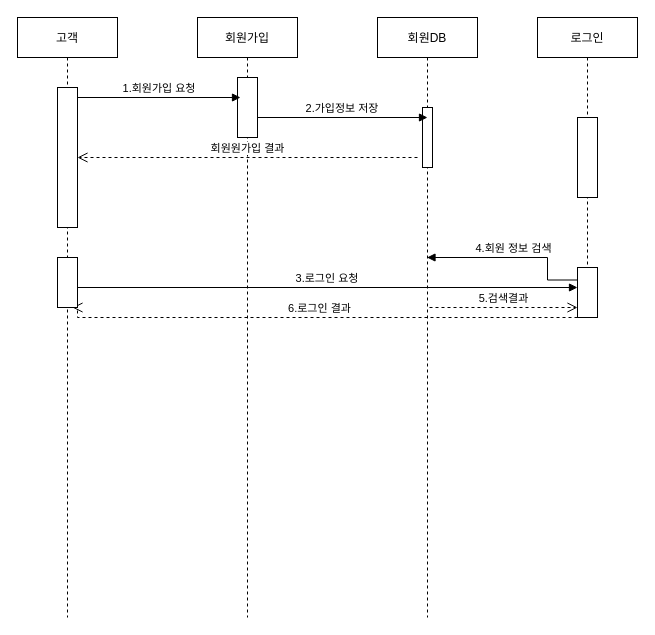
kyc3550/sharepofol-community keeps this draw.io diagram as Untitled Diagram.drawio. Above is the earlier version. Source tidied: cells renumbered, new cells numbered last; positions are measured from the earlier drawing's top-left corner, leaving out a move shared by most shapes. Both pictures are drawn from the tidied source at 100%, with x=0, y=0 at pixel (17, 17).
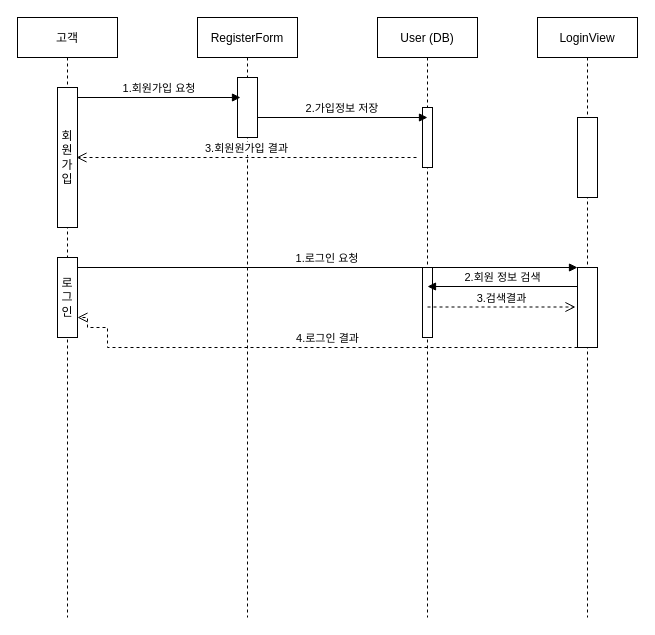
The same page after the edit.

Unchanged cells that the change refers to:
```xml
<mxCell id="2" value="고객" style="shape=umlLifeline;perimeter=lifelinePerimeter;rounded=0;shadow=0;strokeWidth=1;" parent="1" vertex="1">
  <mxGeometry width="100" height="600" as="geometry" />
</mxCell>
```

The edit, as a diff of the source:
```diff
@@
-    <mxCell id="3" style="rounded=0;whiteSpace=wrap;html=1;" parent="2" vertex="1">
+    <mxCell id="3" value="회원가입" style="rounded=0;whiteSpace=wrap;html=1;" parent="2" vertex="1">
       <mxGeometry x="40" y="70" width="20" height="140" as="geometry" />
     </mxCell>
-    <mxCell id="4" value="회원가입" style="shape=umlLifeline;perimeter=lifelinePerimeter;rounded=0;shadow=0;strokeWidth=1;" parent="1" vertex="1">
+    <mxCell id="4" value="RegisterForm" style="shape=umlLifeline;perimeter=lifelinePerimeter;rounded=0;shadow=0;strokeWidth=1;" parent="1" vertex="1">
       <mxGeometry x="180" width="100" height="600" as="geometry" />
     </mxCell>
@@
-    <mxCell id="6" value="3.로그인 요청" style="verticalAlign=bottom;endArrow=block;shadow=0;strokeWidth=1;" parent="4" edge="1">
-      <mxGeometry relative="1" as="geometry">
-        <mxPoint x="-120" y="270" as="sourcePoint" />
-        <mxPoint x="380" y="270" as="targetPoint" />
-      </mxGeometry>
-    </mxCell>
@@
-    <mxCell id="8" value="회원DB" style="shape=umlLifeline;perimeter=lifelinePerimeter;rounded=0;shadow=0;strokeWidth=1;" parent="1" vertex="1">
+    <mxCell id="8" value="User (DB)" style="shape=umlLifeline;perimeter=lifelinePerimeter;rounded=0;shadow=0;strokeWidth=1;" parent="1" vertex="1">
       <mxGeometry x="360" width="100" height="600" as="geometry" />
     </mxCell>
@@
+    <mxCell id="20" style="html=1;perimeter=orthogonalPerimeter;" parent="8" vertex="1">
+      <mxGeometry x="45" y="250" width="10" height="70" as="geometry" />
+    </mxCell>
@@
-    <mxCell id="11" value="로그인" style="shape=umlLifeline;perimeter=lifelinePerimeter;rounded=0;shadow=0;strokeWidth=1;" parent="1" vertex="1">
-      <mxGeometry x="520" width="100" height="300" as="geometry" />
+    <mxCell id="11" value="LoginView" style="shape=umlLifeline;perimeter=lifelinePerimeter;rounded=0;shadow=0;strokeWidth=1;" parent="1" vertex="1">
+      <mxGeometry x="520" width="100" height="600" as="geometry" />
     </mxCell>
@@
     <mxCell id="13" style="rounded=0;whiteSpace=wrap;html=1;" parent="11" vertex="1">
-      <mxGeometry x="40" y="250" width="20" height="50" as="geometry" />
+      <mxGeometry x="40" y="250" width="20" height="80" as="geometry" />
     </mxCell>
-    <mxCell id="14" value="4.회원 정보 검색" style="html=1;verticalAlign=bottom;endArrow=block;rounded=0;edgeStyle=orthogonalEdgeStyle;exitX=0;exitY=0.25;exitDx=0;exitDy=0;" parent="1" edge="1" source="13" target="8">
+    <mxCell id="14" value="2.회원 정보 검색" style="html=1;verticalAlign=bottom;endArrow=block;rounded=0;edgeStyle=orthogonalEdgeStyle;" parent="1" edge="1">
       <mxGeometry relative="1" as="geometry">
+        <mxPoint x="560" y="269" as="sourcePoint" />
+        <mxPoint x="410" y="269" as="targetPoint" />
         <Array as="points">
-          <mxPoint x="530" y="263" />
-          <mxPoint x="530" y="240" />
+          <mxPoint x="560" y="269" />
         </Array>
       </mxGeometry>
     </mxCell>
-    <mxCell id="15" value="5.검색결과" style="html=1;verticalAlign=bottom;endArrow=open;dashed=1;endSize=8;rounded=0;edgeStyle=orthogonalEdgeStyle;" parent="1" edge="1">
+    <mxCell id="15" value="3.검색결과" style="html=1;verticalAlign=bottom;endArrow=open;dashed=1;endSize=8;rounded=0;edgeStyle=orthogonalEdgeStyle;" parent="1" edge="1">
       <mxGeometry relative="1" as="geometry">
-        <mxPoint x="412" y="290" as="sourcePoint" />
-        <mxPoint x="560" y="290" as="targetPoint" />
+        <mxPoint x="410" y="289.5" as="sourcePoint" />
+        <mxPoint x="558" y="289.5" as="targetPoint" />
         <Array as="points">
-          <mxPoint x="412" y="290" />
+          <mxPoint x="410" y="289.5" />
         </Array>
       </mxGeometry>
     </mxCell>
-    <mxCell id="16" value="6.로그인 결과" style="html=1;verticalAlign=bottom;endArrow=open;dashed=1;endSize=8;rounded=0;edgeStyle=orthogonalEdgeStyle;entryX=0.75;entryY=1;entryDx=0;entryDy=0;" parent="1" edge="1" target="18">
+    <mxCell id="16" value="4.로그인 결과" style="html=1;verticalAlign=bottom;endArrow=open;dashed=1;endSize=8;rounded=0;edgeStyle=orthogonalEdgeStyle;entryX=1;entryY=0.75;entryDx=0;entryDy=0;" parent="1" edge="1" target="18">
       <mxGeometry relative="1" as="geometry">
         <mxPoint x="560" y="300" as="sourcePoint" />
         <Array as="points">
-          <mxPoint x="60" y="300" />
-          <mxPoint x="60" y="290" />
+          <mxPoint x="560" y="330" />
+          <mxPoint x="90" y="330" />
+          <mxPoint x="90" y="310" />
+          <mxPoint x="70" y="310" />
+          <mxPoint x="70" y="300" />
         </Array>
       </mxGeometry>
     </mxCell>
@@
-    <mxCell id="18" style="rounded=0;whiteSpace=wrap;html=1;" parent="1" vertex="1">
-      <mxGeometry x="40" y="240" width="20" height="50" as="geometry" />
+    <mxCell id="18" value="로그인" style="rounded=0;whiteSpace=wrap;html=1;" parent="1" vertex="1">
+      <mxGeometry x="40" y="240" width="20" height="80" as="geometry" />
     </mxCell>
-    <mxCell id="19" value="회원원가입 결과" style="html=1;verticalAlign=bottom;endArrow=open;dashed=1;endSize=8;rounded=0;edgeStyle=orthogonalEdgeStyle;" parent="1" edge="1">
+    <mxCell id="19" value="3.회원원가입 결과" style="html=1;verticalAlign=bottom;endArrow=open;dashed=1;endSize=8;rounded=0;edgeStyle=orthogonalEdgeStyle;" parent="1" edge="1">
       <mxGeometry relative="1" as="geometry">
-        <mxPoint x="400" y="140" as="sourcePoint" />
-        <mxPoint x="60" y="140" as="targetPoint" />
+        <mxPoint x="399" y="140" as="sourcePoint" />
+        <mxPoint x="59" y="140" as="targetPoint" />
         <Array as="points">
-          <mxPoint x="260" y="140" />
-          <mxPoint x="260" y="140" />
+          <mxPoint x="259" y="140" />
+          <mxPoint x="259" y="140" />
         </Array>
       </mxGeometry>
     </mxCell>
+    <mxCell id="6" value="1.로그인 요청" style="verticalAlign=bottom;endArrow=block;shadow=0;strokeWidth=1;" parent="1" edge="1">
+      <mxGeometry relative="1" as="geometry">
+        <mxPoint x="60" y="250" as="sourcePoint" />
+        <mxPoint x="560" y="250" as="targetPoint" />
+      </mxGeometry>
+    </mxCell>
```
